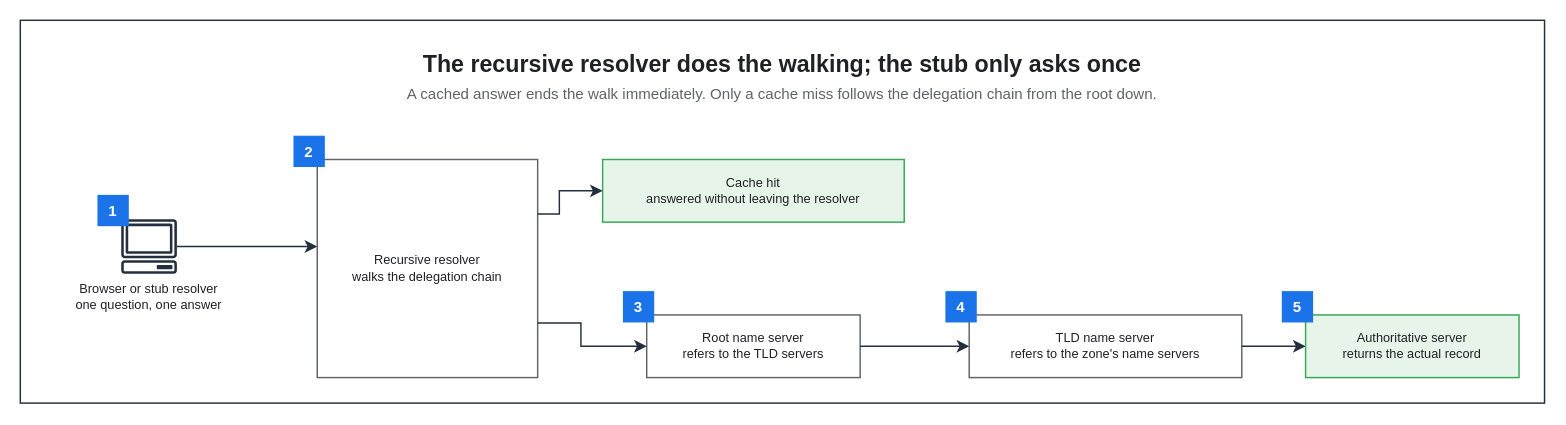
Before: assets/img/network/dns-recursive-resolution.drawio in KKamJi98/kkamji98.github.io, a draw.io diagram. Source tidied: cells renumbered, new cells numbered last; positions are measured from the earlier drawing's top-left corner, leaving out a move shared by most shapes. Both pictures are drawn from the tidied source at 116%, with x=0, y=0 at pixel (20, 20).
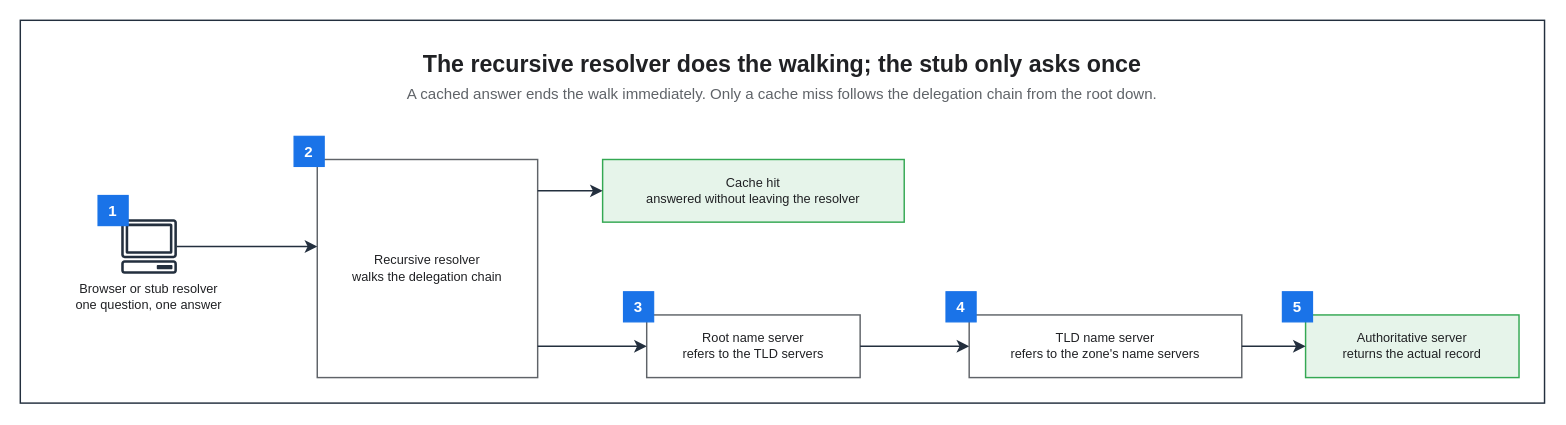
After the change.

The change refers to these unchanged cells:
```xml
<mxCell id="6" value="Recursive resolver&#10;walks the delegation chain" style="rounded=0;whiteSpace=wrap;html=0;fillColor=#FFFFFF;strokeColor=#5F6368;fontColor=#202124;fontSize=11;fontStyle=0;align=center;verticalAlign=middle;spacingLeft=6;spacingRight=6;strokeWidth=1.25;" parent="1" vertex="1">
  <mxGeometry x="256" y="120" width="190" height="188" as="geometry" />
</mxCell>
<mxCell id="7" value="Root name server&#10;refers to the TLD servers" style="rounded=0;whiteSpace=wrap;html=0;fillColor=#FFFFFF;strokeColor=#5F6368;fontColor=#202124;fontSize=11;fontStyle=0;align=center;verticalAlign=middle;spacingLeft=6;spacingRight=6;strokeWidth=1.25;" parent="1" vertex="1">
  <mxGeometry x="540" y="254" width="184" height="54" as="geometry" />
</mxCell>
<mxCell id="10" value="Cache hit&#10;answered without leaving the resolver" style="rounded=0;whiteSpace=wrap;html=0;fillColor=#E6F4EA;strokeColor=#34A853;fontColor=#202124;fontSize=11;fontStyle=0;align=center;verticalAlign=middle;spacingLeft=6;spacingRight=6;strokeWidth=1.25;" parent="1" vertex="1">
  <mxGeometry x="502" y="120" width="260" height="54" as="geometry" />
</mxCell>
```

What changed in the source:
```diff
@@
-    <mxCell id="17" style="edgeStyle=orthogonalEdgeStyle;rounded=0;html=0;strokeColor=#232F3E;strokeWidth=1.25;endArrow=classic;endFill=1;endSize=7;fontSize=11;fontColor=#202124;labelBackgroundColor=none;jettySize=14;exitX=1;exitY=0.25;entryX=0;entryY=0.5;exitDx=0;exitDy=0;entryDx=0;entryDy=0;" parent="1" edge="1" source="6" target="10">
-      <mxGeometry relative="1" as="geometry">
-        <Array as="points">
-          <mxPoint x="464.7" y="167" />
-          <mxPoint x="464.7" y="147" />
-        </Array>
-      </mxGeometry>
+    <mxCell id="17" style="edgeStyle=orthogonalEdgeStyle;rounded=0;html=0;strokeColor=#232F3E;strokeWidth=1.25;endArrow=classic;endFill=1;endSize=7;fontSize=11;fontColor=#202124;labelBackgroundColor=none;jettySize=14;exitX=1;exitY=0.1436;entryX=0;entryY=0.5;exitDx=0;exitDy=0;entryDx=0;entryDy=0;" parent="1" edge="1" source="6" target="10">
+      <mxGeometry relative="1" as="geometry" />
     </mxCell>
-    <mxCell id="18" style="edgeStyle=orthogonalEdgeStyle;rounded=0;html=0;strokeColor=#232F3E;strokeWidth=1.25;endArrow=classic;endFill=1;endSize=7;fontSize=11;fontColor=#202124;labelBackgroundColor=none;jettySize=14;exitX=1;exitY=0.75;entryX=0;entryY=0.5;exitDx=0;exitDy=0;entryDx=0;entryDy=0;" parent="1" edge="1" source="6" target="7">
-      <mxGeometry relative="1" as="geometry">
-        <Array as="points">
-          <mxPoint x="483.3" y="261" />
-          <mxPoint x="483.3" y="281" />
-        </Array>
-      </mxGeometry>
+    <mxCell id="18" style="edgeStyle=orthogonalEdgeStyle;rounded=0;html=0;strokeColor=#232F3E;strokeWidth=1.25;endArrow=classic;endFill=1;endSize=7;fontSize=11;fontColor=#202124;labelBackgroundColor=none;jettySize=14;exitX=1;exitY=0.8564;entryX=0;entryY=0.5;exitDx=0;exitDy=0;entryDx=0;entryDy=0;" parent="1" edge="1" source="6" target="7">
+      <mxGeometry relative="1" as="geometry" />
     </mxCell>
```
